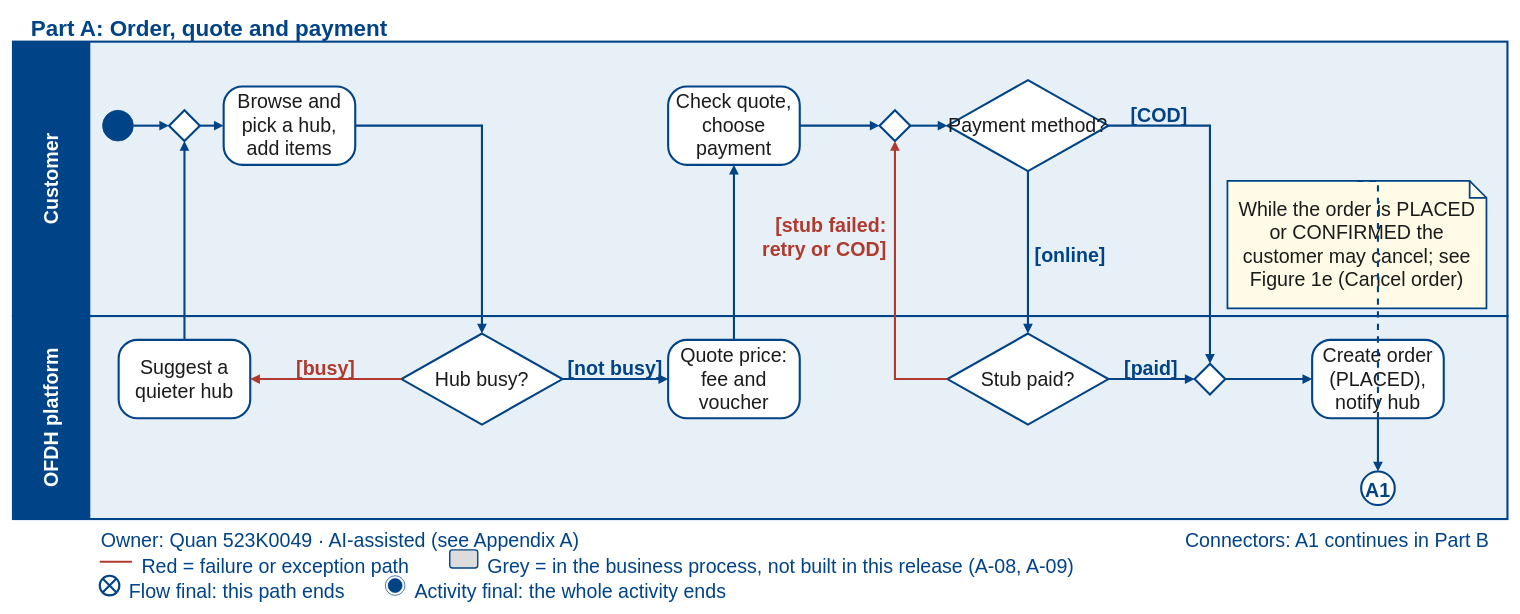
Earlier version of the draw.io diagram page "Part A" (2 of 6) of docs/part1/models/SaigonBite_Business_Process.drawio (Dat071104/SaigonBite). Source tidied: cells renumbered, new cells numbered last; positions are measured from the earlier drawing's top-left corner, leaving out a move shared by most shapes. Both pictures are drawn from the tidied source at 70%, with x=0, y=0 at pixel (13, 12).
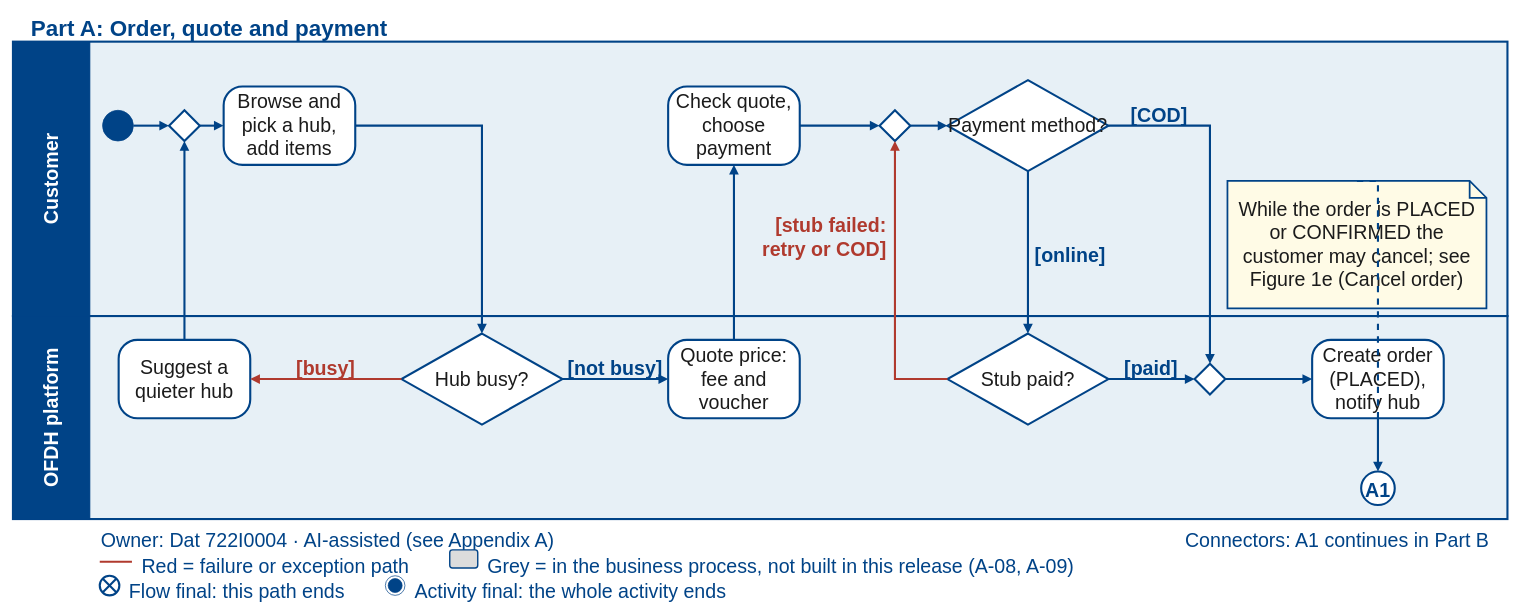
The same diagram, later.

The edit, as a diff of the source:
```diff
@@
-    <mxCell id="43" value="Owner: Quan 523K0049 · AI-assisted (see Appendix A)" style="text;html=0;align=left;verticalAlign=middle;strokeColor=none;fillColor=none;fontSize=28;fontColor=#004387;" parent="1" vertex="1">
+    <mxCell id="43" value="Owner: Dat 722I0004 · AI-assisted (see Appendix A)" style="text;html=0;align=left;verticalAlign=middle;strokeColor=none;fillColor=none;fontSize=28;fontColor=#004387;" parent="1" vertex="1">
       <mxGeometry x="124" y="736" width="1000" height="32" as="geometry" />
     </mxCell>
```
